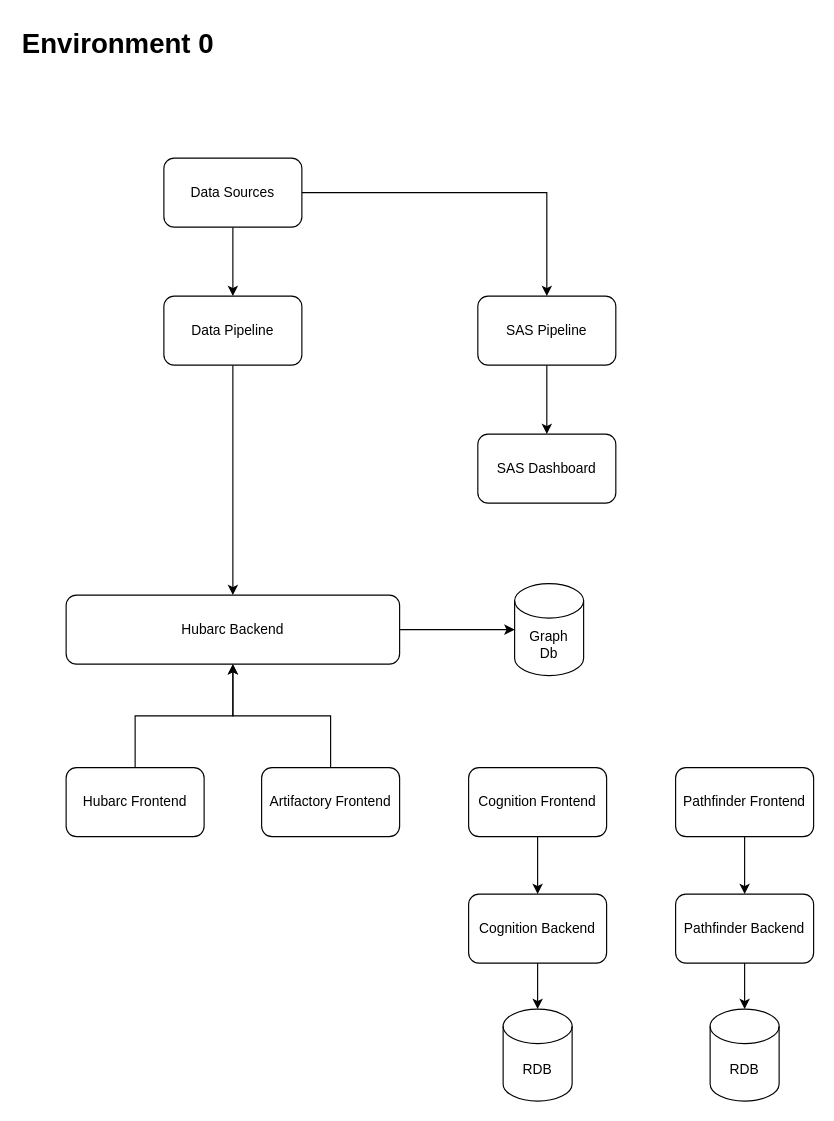
Above: darkstar-proposal-diagram-2.drawio in jonny-dungeons/diagrams (draw.io), before the change. Source tidied: cells renumbered, new cells numbered last; positions are measured from the earlier drawing's top-left corner, leaving out a move shared by most shapes. Both pictures are drawn from the tidied source at 115%, with x=0, y=0 at pixel (20, 20).
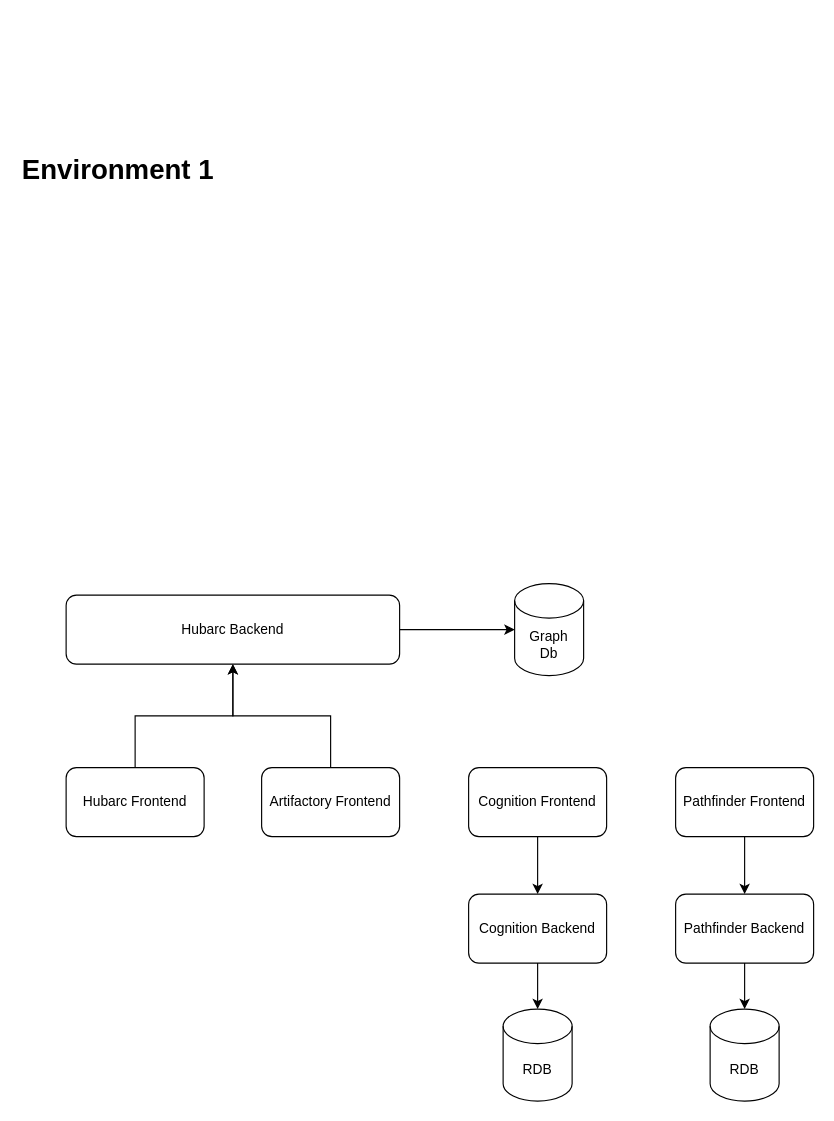
The same diagram, later.

Unchanged cells that the change refers to:
```xml
<mxCell id="16" value="Hubarc Backend" style="rounded=1;whiteSpace=wrap;html=1;" parent="1" vertex="1">
  <mxGeometry x="40" y="500" width="290" height="60" as="geometry" />
</mxCell>
```

Diff of the diagram source:
```diff
@@
-    <mxCell id="10" style="edgeStyle=orthogonalEdgeStyle;rounded=0;jettySize=auto;html=1;" parent="1" edge="1" source="12" target="14">
-      <mxGeometry relative="1" as="geometry" />
-    </mxCell>
-    <mxCell id="11" style="edgeStyle=orthogonalEdgeStyle;rounded=0;jettySize=auto;html=1;entryX=0.5;entryY=0;entryDx=0;entryDy=0;" parent="1" edge="1" source="12" target="23">
-      <mxGeometry relative="1" as="geometry" />
-    </mxCell>
-    <mxCell id="12" value="Data Sources" style="rounded=1;whiteSpace=wrap;html=1;" parent="1" vertex="1">
-      <mxGeometry x="125" y="120" width="120" height="60" as="geometry" />
-    </mxCell>
-    <mxCell id="13" style="edgeStyle=orthogonalEdgeStyle;rounded=0;jettySize=auto;html=1;" parent="1" edge="1" source="14" target="16">
-      <mxGeometry relative="1" as="geometry" />
-    </mxCell>
-    <mxCell id="14" value="Data Pipeline" style="rounded=1;whiteSpace=wrap;html=1;" parent="1" vertex="1">
-      <mxGeometry x="125" y="240" width="120" height="60" as="geometry" />
-    </mxCell>
@@
-    <mxCell id="22" style="edgeStyle=orthogonalEdgeStyle;rounded=0;jettySize=auto;html=1;" parent="1" edge="1" source="23" target="24">
-      <mxGeometry relative="1" as="geometry" />
-    </mxCell>
-    <mxCell id="23" value="SAS Pipeline" style="rounded=1;whiteSpace=wrap;html=1;" parent="1" vertex="1">
-      <mxGeometry x="398" y="240" width="120" height="60" as="geometry" />
-    </mxCell>
-    <mxCell id="24" value="SAS Dashboard" style="rounded=1;whiteSpace=wrap;html=1;" parent="1" vertex="1">
-      <mxGeometry x="398" y="360" width="120" height="60" as="geometry" />
-    </mxCell>
@@
-    <mxCell id="27" value="&lt;h1 style=&quot;margin-top: 0px;&quot;&gt;Environment 0&lt;/h1&gt;" style="text;html=1;whiteSpace=wrap;overflow=hidden;rounded=0;" parent="1" vertex="1">
-      <mxGeometry width="630" height="40" as="geometry" />
+    <mxCell id="27" value="&lt;h1 style=&quot;margin-top: 0px;&quot;&gt;Environment 1&lt;/h1&gt;" style="text;html=1;whiteSpace=wrap;overflow=hidden;rounded=0;" parent="1" vertex="1">
+      <mxGeometry y="110" width="630" height="40" as="geometry" />
     </mxCell>
```
